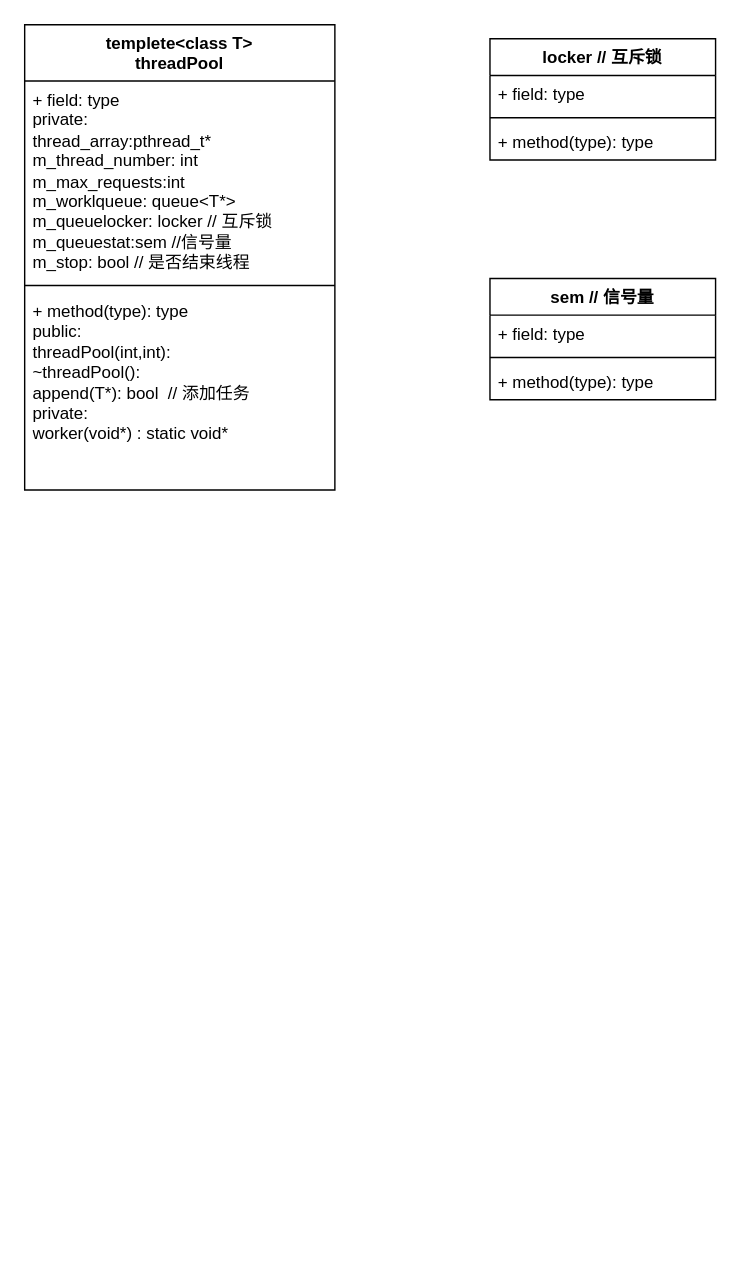
Above: httpserver_niuke.drawio in ZWJ5656588/uml (draw.io), before the change. Source tidied: cells renumbered, new cells numbered last; positions are measured from the earlier drawing's top-left corner, leaving out a move shared by most shapes. Both pictures are drawn from the tidied source at 141%, with x=0, y=0 at pixel (24, 24).
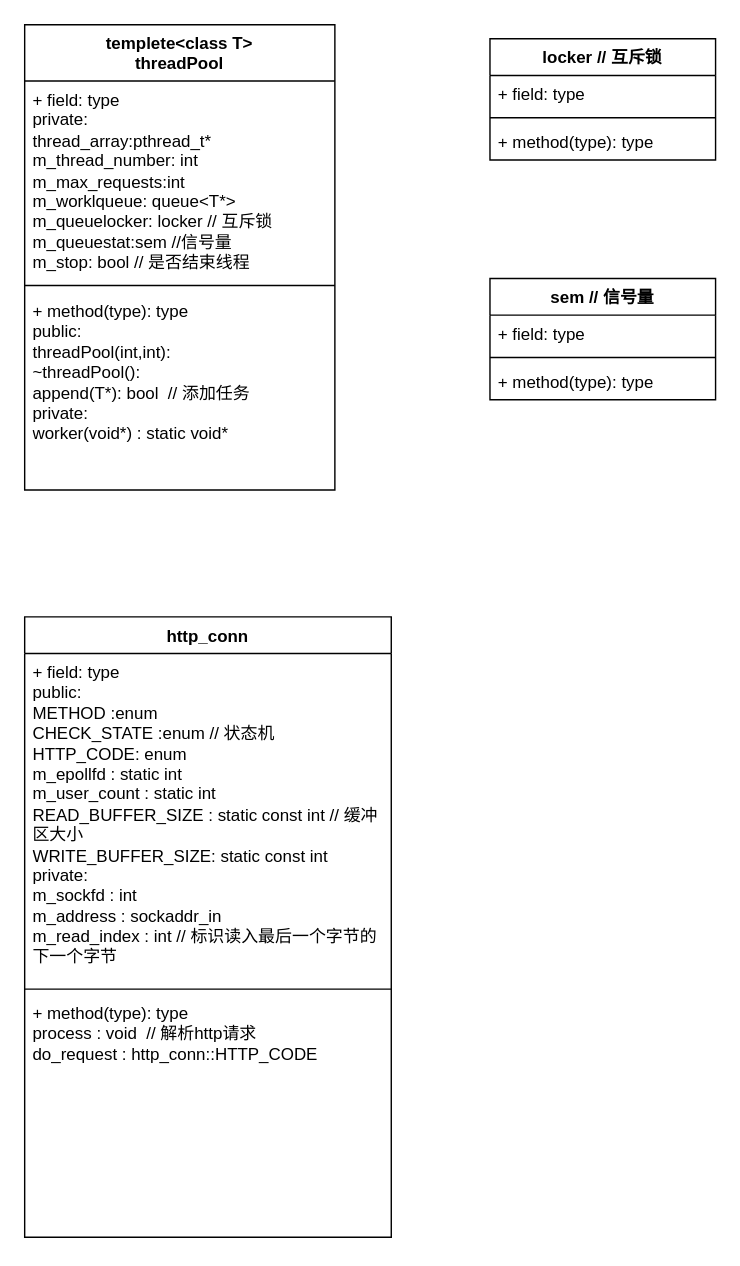
The same diagram, later.

Diff of the diagram source:
```diff
@@
 <mxGraphModel>
   <root>
     <mxCell id="0" />
     <mxCell id="1" parent="0" />
     <mxCell id="2" value="templete&amp;lt;class T&amp;gt;&lt;br&gt;threadPool" style="swimlane;fontStyle=1;align=center;verticalAlign=top;horizontal=1;startSize=40;whiteSpace=wrap;html=1;" parent="1" vertex="1">
       <mxGeometry width="220" height="330" as="geometry" />
     </mxCell>
     <mxCell id="3" value="+ field: type&lt;br&gt;private:&lt;br&gt;thread_array:pthread_t*&lt;br&gt;m_thread_number: int&lt;br&gt;m_max_requests:int&lt;br&gt;m_worklqueue: queue&amp;lt;T*&amp;gt;&lt;br&gt;m_queuelocker: locker // 互斥锁&lt;br&gt;m_queuestat:sem //信号量&lt;br&gt;m_stop: bool // 是否结束线程" style="text;strokeColor=none;fillColor=none;align=left;verticalAlign=top;spacingLeft=4;spacingRight=4;overflow=hidden;whiteSpace=wrap;html=1;" parent="2" vertex="1">
       <mxGeometry y="40" width="220" height="140" as="geometry" />
     </mxCell>
     <mxCell id="4" style="line;strokeWidth=1;fillColor=none;align=left;verticalAlign=middle;spacingTop=-1;spacingLeft=3;spacingRight=3;labelPosition=right;strokeColor=inherit;" parent="2" vertex="1">
       <mxGeometry y="180" width="220" height="10" as="geometry" />
     </mxCell>
     <mxCell id="5" value="+ method(type): type&lt;br&gt;public:&lt;br&gt;threadPool(int,int):&lt;br&gt;~threadPool():&lt;br&gt;append(T*): bool&amp;nbsp; // 添加任务&lt;br&gt;private:&lt;br&gt;worker(void*) : static void*" style="text;strokeColor=none;fillColor=none;align=left;verticalAlign=top;spacingLeft=4;spacingRight=4;overflow=hidden;whiteSpace=wrap;html=1;" parent="2" vertex="1">
       <mxGeometry y="190" width="220" height="140" as="geometry" />
     </mxCell>
     <mxCell id="6" value="locker // 互斥锁" style="swimlane;fontStyle=1;align=center;verticalAlign=top;horizontal=1;startSize=26;whiteSpace=wrap;html=1;" parent="1" vertex="1">
       <mxGeometry x="330" y="10" width="160" height="86" as="geometry" />
     </mxCell>
     <mxCell id="7" value="+ field: type" style="text;strokeColor=none;fillColor=none;align=left;verticalAlign=top;spacingLeft=4;spacingRight=4;overflow=hidden;whiteSpace=wrap;html=1;" parent="6" vertex="1">
       <mxGeometry y="26" width="160" height="26" as="geometry" />
     </mxCell>
     <mxCell id="8" style="line;strokeWidth=1;fillColor=none;align=left;verticalAlign=middle;spacingTop=-1;spacingLeft=3;spacingRight=3;labelPosition=right;strokeColor=inherit;" parent="6" vertex="1">
       <mxGeometry y="52" width="160" height="8" as="geometry" />
     </mxCell>
     <mxCell id="9" value="+ method(type): type" style="text;strokeColor=none;fillColor=none;align=left;verticalAlign=top;spacingLeft=4;spacingRight=4;overflow=hidden;whiteSpace=wrap;html=1;" parent="6" vertex="1">
       <mxGeometry y="60" width="160" height="26" as="geometry" />
     </mxCell>
     <mxCell id="10" value="sem // 信号量&lt;br&gt;" style="swimlane;fontStyle=1;align=center;verticalAlign=top;horizontal=1;startSize=26;whiteSpace=wrap;html=1;" parent="1" vertex="1">
       <mxGeometry x="330" y="180" width="160" height="86" as="geometry" />
     </mxCell>
     <mxCell id="11" value="+ field: type" style="text;strokeColor=none;fillColor=none;align=left;verticalAlign=top;spacingLeft=4;spacingRight=4;overflow=hidden;whiteSpace=wrap;html=1;" parent="10" vertex="1">
       <mxGeometry y="26" width="160" height="26" as="geometry" />
     </mxCell>
     <mxCell id="12" style="line;strokeWidth=1;fillColor=none;align=left;verticalAlign=middle;spacingTop=-1;spacingLeft=3;spacingRight=3;labelPosition=right;strokeColor=inherit;" parent="10" vertex="1">
       <mxGeometry y="52" width="160" height="8" as="geometry" />
     </mxCell>
     <mxCell id="13" value="+ method(type): type" style="text;strokeColor=none;fillColor=none;align=left;verticalAlign=top;spacingLeft=4;spacingRight=4;overflow=hidden;whiteSpace=wrap;html=1;" parent="10" vertex="1">
       <mxGeometry y="60" width="160" height="26" as="geometry" />
     </mxCell>
+    <mxCell id="14" value="http_conn" style="swimlane;fontStyle=1;align=center;verticalAlign=top;horizontal=1;startSize=26;whiteSpace=wrap;html=1;" parent="1" vertex="1">
+      <mxGeometry y="420" width="260" height="440" as="geometry" />
+    </mxCell>
+    <mxCell id="15" value="+ field: type&lt;br&gt;public:&lt;br&gt;METHOD :enum&lt;br&gt;CHECK_STATE :enum // 状态机&lt;br&gt;HTTP_CODE: enum&lt;br&gt;m_epollfd : static int&lt;br&gt;m_user_count : static int&lt;br&gt;READ_BUFFER_SIZE : static const int // 缓冲区大小&lt;br&gt;WRITE_BUFFER_SIZE: static const int&lt;br&gt;private:&lt;br&gt;m_sockfd : int&lt;br&gt;m_address : sockaddr_in&lt;br&gt;m_read_index : int // 标识读入最后一个字节的下一个字节" style="text;strokeColor=none;fillColor=none;align=left;verticalAlign=top;spacingLeft=4;spacingRight=4;overflow=hidden;whiteSpace=wrap;html=1;" parent="14" vertex="1">
+      <mxGeometry y="26" width="260" height="234" as="geometry" />
+    </mxCell>
+    <mxCell id="16" style="line;strokeWidth=1;fillColor=none;align=left;verticalAlign=middle;spacingTop=-1;spacingLeft=3;spacingRight=3;labelPosition=right;strokeColor=inherit;" parent="14" vertex="1">
+      <mxGeometry y="260" width="260" height="8" as="geometry" />
+    </mxCell>
+    <mxCell id="17" value="+ method(type): type&lt;br&gt;process : void&amp;nbsp; // 解析http请求&lt;br&gt;do_request : http_conn::HTTP_CODE&lt;br&gt;" style="text;strokeColor=none;fillColor=none;align=left;verticalAlign=top;spacingLeft=4;spacingRight=4;overflow=hidden;whiteSpace=wrap;html=1;" parent="14" vertex="1">
+      <mxGeometry y="268" width="260" height="172" as="geometry" />
+    </mxCell>
   </root>
 </mxGraphModel>
```
